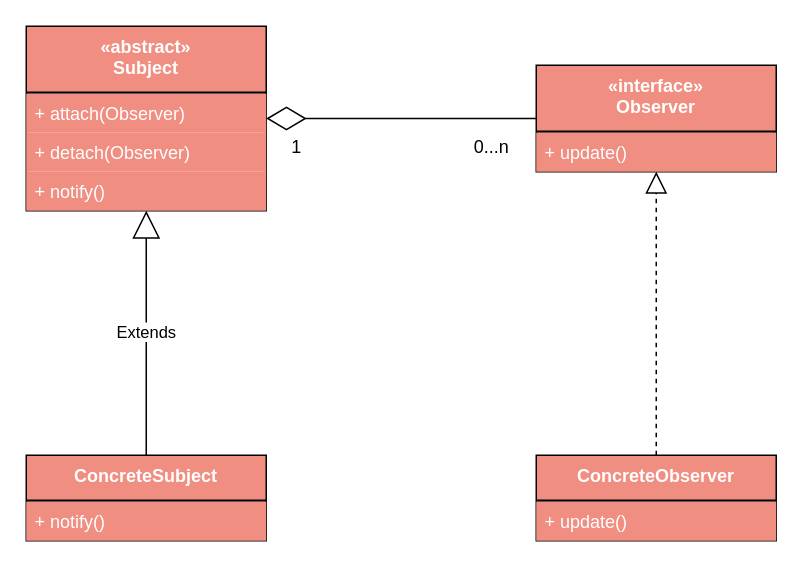
This is docs/drawio/Observer.drawio from CodePoem/VDesignPatterns, a draw.io file, before an edit. Source tidied: cells renumbered, new cells numbered last; positions are measured from the earlier drawing's top-left corner, leaving out a move shared by most shapes. Both pictures are drawn from the tidied source at 150%, with x=0, y=0 at pixel (26, 26).
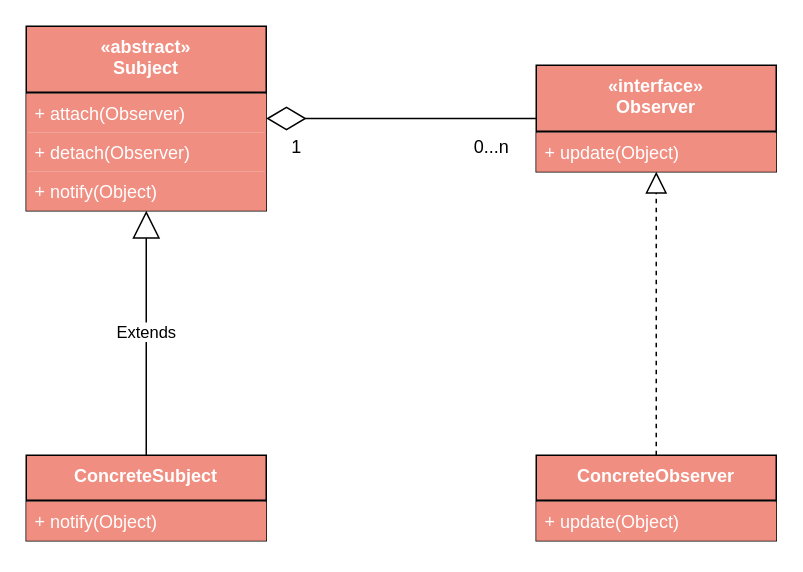
The same diagram, later.

The change refers to these unchanged cells:
```xml
<mxCell id="2" value="«interface»&#10;Observer" style="swimlane;fontStyle=1;align=center;verticalAlign=top;horizontal=1;startSize=44;fillColor=#F08E81;fontColor=#FFFFFF;" parent="1" vertex="1">
  <mxGeometry x="340" y="26" width="160" height="71" as="geometry" />
</mxCell>
<mxCell id="5" value="«abstract»&#10;Subject" style="swimlane;fontStyle=1;align=center;verticalAlign=top;horizontal=1;startSize=44;fillColor=#F08E81;fontColor=#FFFFFF;" parent="1" vertex="1">
  <mxGeometry width="160" height="123" as="geometry" />
</mxCell>
<mxCell id="10" value="ConcreteSubject" style="swimlane;fontStyle=1;align=center;verticalAlign=top;horizontal=1;startSize=30;fillColor=#F08E81;fontColor=#FFFFFF;" parent="1" vertex="1">
  <mxGeometry y="286" width="160" height="57" as="geometry" />
</mxCell>
<mxCell id="13" value="ConcreteObserver" style="swimlane;fontStyle=1;align=center;verticalAlign=top;horizontal=1;startSize=30;fillColor=#F08E81;fontColor=#FFFFFF;" parent="1" vertex="1">
  <mxGeometry x="340" y="286" width="160" height="57" as="geometry" />
</mxCell>
```

Diff of the diagram source:
```diff
@@
-    <mxCell id="4" value="+ update()" style="text;strokeColor=none;fillColor=#F08E81;align=left;verticalAlign=top;spacingLeft=4;spacingRight=4;overflow=hidden;fontColor=#FFFFFF;" parent="2" vertex="1">
+    <mxCell id="4" value="+ update(Object)" style="text;strokeColor=none;fillColor=#F08E81;align=left;verticalAlign=top;spacingLeft=4;spacingRight=4;overflow=hidden;fontColor=#FFFFFF;" parent="2" vertex="1">
       <mxGeometry y="45" width="160" height="26" as="geometry" />
     </mxCell>
@@
-    <mxCell id="9" value="+ notify()" style="text;strokeColor=none;fillColor=#F08E81;align=left;verticalAlign=top;spacingLeft=4;spacingRight=4;overflow=hidden;fontColor=#FFFFFF;" parent="5" vertex="1">
+    <mxCell id="9" value="+ notify(Object)" style="text;strokeColor=none;fillColor=#F08E81;align=left;verticalAlign=top;spacingLeft=4;spacingRight=4;overflow=hidden;fontColor=#FFFFFF;" parent="5" vertex="1">
       <mxGeometry y="97" width="160" height="26" as="geometry" />
     </mxCell>
@@
-    <mxCell id="12" value="+ notify()" style="text;strokeColor=none;fillColor=#F08E81;align=left;verticalAlign=top;spacingLeft=4;spacingRight=4;overflow=hidden;fontColor=#FFFFFF;" parent="10" vertex="1">
+    <mxCell id="12" value="+ notify(Object)" style="text;strokeColor=none;fillColor=#F08E81;align=left;verticalAlign=top;spacingLeft=4;spacingRight=4;overflow=hidden;fontColor=#FFFFFF;" parent="10" vertex="1">
       <mxGeometry y="31" width="160" height="26" as="geometry" />
     </mxCell>
@@
-    <mxCell id="15" value="+ update()" style="text;strokeColor=none;fillColor=#F08E81;align=left;verticalAlign=top;spacingLeft=4;spacingRight=4;overflow=hidden;fontColor=#FFFFFF;" parent="13" vertex="1">
+    <mxCell id="15" value="+ update(Object)" style="text;strokeColor=none;fillColor=#F08E81;align=left;verticalAlign=top;spacingLeft=4;spacingRight=4;overflow=hidden;fontColor=#FFFFFF;" parent="13" vertex="1">
       <mxGeometry y="31" width="160" height="26" as="geometry" />
     </mxCell>
```
